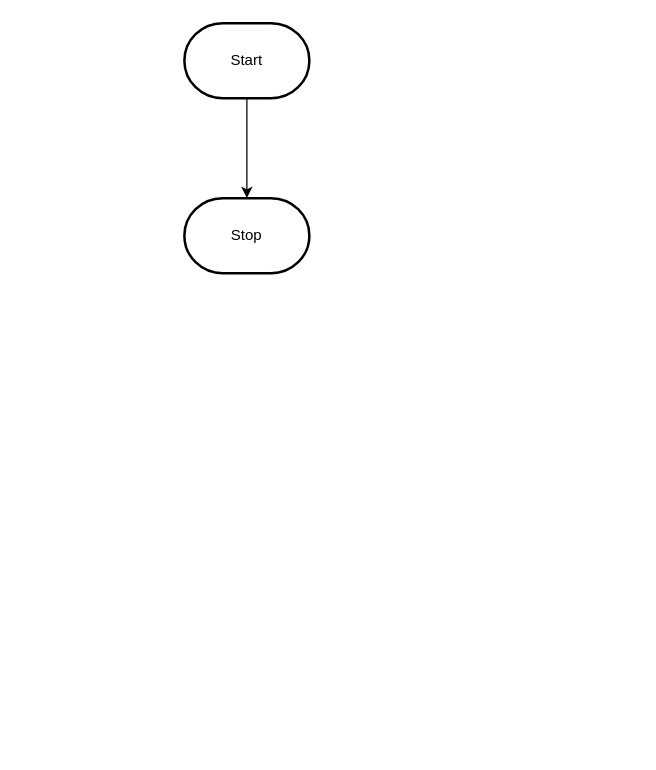
This is design/flowchart.drawio from MTHS-ICS2O-2-2022/ICS2O-Unit-5-03-Mohamad-Tanbari, a draw.io file, before an edit. Source tidied: cells renumbered, new cells numbered last; positions are measured from the earlier drawing's top-left corner, leaving out a move shared by most shapes. Both pictures are drawn from the tidied source at 125%, with x=0, y=0 at pixel (184, 22).
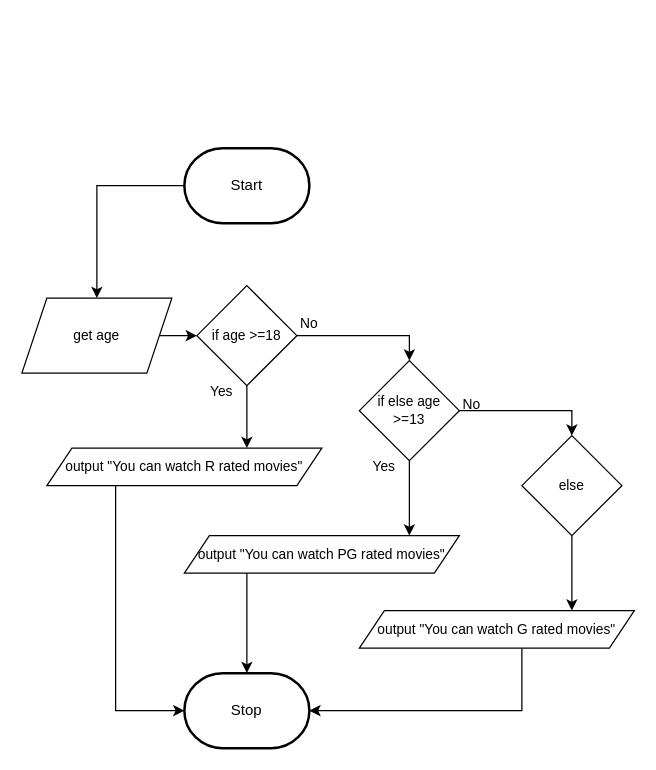
Above is the later version.

Commit message:
created flow chart

The edit, as a diff of the source:
```diff
@@
-    <mxCell id="2" style="edgeStyle=orthogonalEdgeStyle;html=1;rounded=0;" parent="1" edge="1" source="3" target="4">
-      <mxGeometry relative="1" as="geometry" />
-    </mxCell>
+    <mxCell id="5" style="edgeStyle=orthogonalEdgeStyle;shape=connector;rounded=0;html=1;entryX=0.5;entryY=0;entryDx=0;entryDy=0;labelBackgroundColor=default;strokeColor=default;fontFamily=Helvetica;fontSize=11;fontColor=default;endArrow=classic;" parent="1" edge="1" source="3" target="2">
+      <mxGeometry relative="1" as="geometry" />
+    </mxCell>
     <mxCell id="3" value="Start" style="strokeWidth=2;html=1;shape=mxgraph.flowchart.terminator;whiteSpace=wrap;" parent="1" vertex="1">
-      <mxGeometry width="100" height="60" as="geometry" />
+      <mxGeometry y="100" width="100" height="60" as="geometry" />
     </mxCell>
     <mxCell id="4" value="Stop" style="strokeWidth=2;html=1;shape=mxgraph.flowchart.terminator;whiteSpace=wrap;" parent="1" vertex="1">
-      <mxGeometry y="140" width="100" height="60" as="geometry" />
+      <mxGeometry y="520" width="100" height="60" as="geometry" />
     </mxCell>
+    <mxCell id="6" style="edgeStyle=orthogonalEdgeStyle;shape=connector;rounded=0;html=1;entryX=0;entryY=0.5;entryDx=0;entryDy=0;labelBackgroundColor=default;strokeColor=default;fontFamily=Helvetica;fontSize=11;fontColor=default;endArrow=classic;" parent="1" edge="1" source="2" target="9">
+      <mxGeometry relative="1" as="geometry" />
+    </mxCell>
+    <mxCell id="2" value="get age" style="shape=parallelogram;perimeter=parallelogramPerimeter;whiteSpace=wrap;html=1;fixedSize=1;fontFamily=Helvetica;fontSize=11;fontColor=default;" parent="1" vertex="1">
+      <mxGeometry x="-130" y="220" width="120" height="60" as="geometry" />
+    </mxCell>
+    <mxCell id="7" style="edgeStyle=orthogonalEdgeStyle;shape=connector;rounded=0;html=1;labelBackgroundColor=default;strokeColor=default;fontFamily=Helvetica;fontSize=11;fontColor=default;endArrow=classic;" parent="1" edge="1" source="9">
+      <mxGeometry relative="1" as="geometry">
+        <mxPoint x="50" y="340" as="targetPoint" />
+      </mxGeometry>
+    </mxCell>
+    <mxCell id="8" style="edgeStyle=orthogonalEdgeStyle;shape=connector;rounded=0;html=1;entryX=0.5;entryY=0;entryDx=0;entryDy=0;labelBackgroundColor=default;strokeColor=default;fontFamily=Helvetica;fontSize=11;fontColor=default;endArrow=classic;" parent="1" edge="1" source="9" target="12">
+      <mxGeometry relative="1" as="geometry" />
+    </mxCell>
+    <mxCell id="9" value="if age &amp;gt;=18" style="rhombus;whiteSpace=wrap;html=1;fontFamily=Helvetica;fontSize=11;fontColor=default;" parent="1" vertex="1">
+      <mxGeometry x="10" y="210" width="80" height="80" as="geometry" />
+    </mxCell>
+    <mxCell id="10" style="edgeStyle=orthogonalEdgeStyle;shape=connector;rounded=0;html=1;labelBackgroundColor=default;strokeColor=default;fontFamily=Helvetica;fontSize=11;fontColor=default;endArrow=classic;" parent="1" edge="1" source="12">
+      <mxGeometry relative="1" as="geometry">
+        <mxPoint x="180" y="410" as="targetPoint" />
+      </mxGeometry>
+    </mxCell>
+    <mxCell id="11" style="edgeStyle=orthogonalEdgeStyle;shape=connector;rounded=0;html=1;entryX=0.5;entryY=0;entryDx=0;entryDy=0;labelBackgroundColor=default;strokeColor=default;fontFamily=Helvetica;fontSize=11;fontColor=default;endArrow=classic;" parent="1" edge="1" source="12" target="14">
+      <mxGeometry relative="1" as="geometry" />
+    </mxCell>
+    <mxCell id="12" value="&lt;div&gt;if else age &amp;gt;=13&lt;br&gt;&lt;/div&gt;" style="rhombus;whiteSpace=wrap;html=1;fontFamily=Helvetica;fontSize=11;fontColor=default;" parent="1" vertex="1">
+      <mxGeometry x="140" y="270" width="80" height="80" as="geometry" />
+    </mxCell>
+    <mxCell id="13" style="edgeStyle=orthogonalEdgeStyle;shape=connector;rounded=0;html=1;labelBackgroundColor=default;strokeColor=default;fontFamily=Helvetica;fontSize=11;fontColor=default;endArrow=classic;" parent="1" edge="1" source="14">
+      <mxGeometry relative="1" as="geometry">
+        <mxPoint x="310" y="470" as="targetPoint" />
+      </mxGeometry>
+    </mxCell>
+    <mxCell id="14" value="else" style="rhombus;whiteSpace=wrap;html=1;fontFamily=Helvetica;fontSize=11;fontColor=default;" parent="1" vertex="1">
+      <mxGeometry x="270" y="330" width="80" height="80" as="geometry" />
+    </mxCell>
+    <mxCell id="15" value="Yes" style="text;html=1;strokeColor=none;fillColor=none;align=center;verticalAlign=middle;whiteSpace=wrap;rounded=0;fontFamily=Helvetica;fontSize=11;fontColor=default;" parent="1" vertex="1">
+      <mxGeometry y="280" width="60" height="30" as="geometry" />
+    </mxCell>
+    <mxCell id="16" value="Yes" style="text;html=1;strokeColor=none;fillColor=none;align=center;verticalAlign=middle;whiteSpace=wrap;rounded=0;fontFamily=Helvetica;fontSize=11;fontColor=default;" parent="1" vertex="1">
+      <mxGeometry x="130" y="340" width="60" height="30" as="geometry" />
+    </mxCell>
+    <mxCell id="17" value="No" style="text;html=1;strokeColor=none;fillColor=none;align=center;verticalAlign=middle;whiteSpace=wrap;rounded=0;fontFamily=Helvetica;fontSize=11;fontColor=default;" parent="1" vertex="1">
+      <mxGeometry x="70" y="225" width="60" height="30" as="geometry" />
+    </mxCell>
+    <mxCell id="18" value="No" style="text;html=1;strokeColor=none;fillColor=none;align=center;verticalAlign=middle;whiteSpace=wrap;rounded=0;fontFamily=Helvetica;fontSize=11;fontColor=default;" parent="1" vertex="1">
+      <mxGeometry x="200" y="290" width="60" height="30" as="geometry" />
+    </mxCell>
+    <mxCell id="19" style="edgeStyle=orthogonalEdgeStyle;shape=connector;rounded=0;html=1;exitX=0.25;exitY=1;exitDx=0;exitDy=0;entryX=0;entryY=0.5;entryDx=0;entryDy=0;entryPerimeter=0;labelBackgroundColor=default;strokeColor=default;fontFamily=Helvetica;fontSize=11;fontColor=default;endArrow=classic;" parent="1" edge="1" source="20" target="4">
+      <mxGeometry relative="1" as="geometry" />
+    </mxCell>
+    <mxCell id="20" value="output &quot;You can watch R rated movies&quot;" style="shape=parallelogram;perimeter=parallelogramPerimeter;whiteSpace=wrap;html=1;fixedSize=1;fontFamily=Helvetica;fontSize=11;fontColor=default;" parent="1" vertex="1">
+      <mxGeometry x="-110" y="340" width="220" height="30" as="geometry" />
+    </mxCell>
+    <mxCell id="21" style="edgeStyle=orthogonalEdgeStyle;shape=connector;rounded=0;html=1;entryX=0.5;entryY=0;entryDx=0;entryDy=0;entryPerimeter=0;labelBackgroundColor=default;strokeColor=default;fontFamily=Helvetica;fontSize=11;fontColor=default;endArrow=classic;" parent="1" edge="1" source="22" target="4">
+      <mxGeometry relative="1" as="geometry">
+        <Array as="points">
+          <mxPoint x="50" y="480" />
+          <mxPoint x="50" y="480" />
+        </Array>
+      </mxGeometry>
+    </mxCell>
+    <mxCell id="22" value="output &quot;You can watch PG rated movies&quot;" style="shape=parallelogram;perimeter=parallelogramPerimeter;whiteSpace=wrap;html=1;fixedSize=1;fontFamily=Helvetica;fontSize=11;fontColor=default;" parent="1" vertex="1">
+      <mxGeometry y="410" width="220" height="30" as="geometry" />
+    </mxCell>
+    <mxCell id="23" style="edgeStyle=orthogonalEdgeStyle;shape=connector;rounded=0;html=1;entryX=1;entryY=0.5;entryDx=0;entryDy=0;entryPerimeter=0;labelBackgroundColor=default;strokeColor=default;fontFamily=Helvetica;fontSize=11;fontColor=default;endArrow=classic;" parent="1" edge="1" source="24" target="4">
+      <mxGeometry relative="1" as="geometry">
+        <Array as="points">
+          <mxPoint x="270" y="550" />
+        </Array>
+      </mxGeometry>
+    </mxCell>
+    <mxCell id="24" value="output &quot;You can watch G rated movies&quot;" style="shape=parallelogram;perimeter=parallelogramPerimeter;whiteSpace=wrap;html=1;fixedSize=1;fontFamily=Helvetica;fontSize=11;fontColor=default;" parent="1" vertex="1">
+      <mxGeometry x="140" y="470" width="220" height="30" as="geometry" />
+    </mxCell>
```
